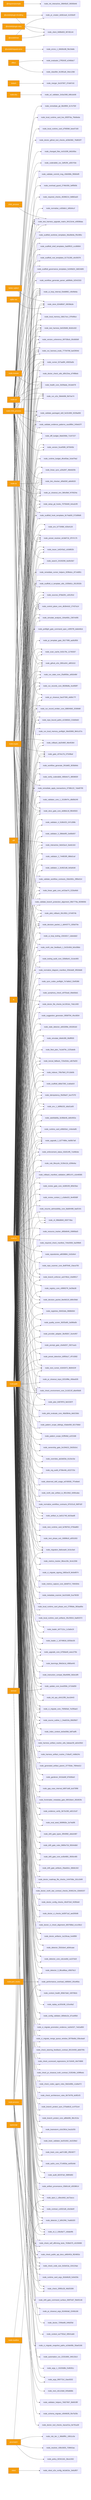
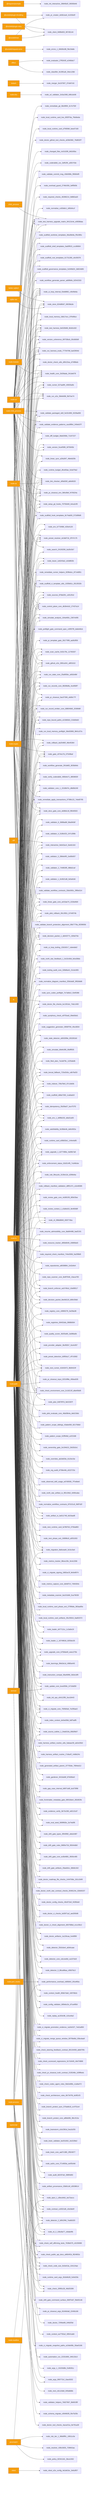
graph LR
  ext_inquirer_prompts_4d547149["@inquirer/prompts"] --> node_init_interactive_28845b2f_39350b46
  ext_octokit_plugin_retry_c9aecc53["@octokit/plugin-retry"] --> node_client_948fe603_907d5144
  ext_octokit_plugin_throttling_7909ece3["@octokit/plugin-throttling"] --> node_client_948fe603_907d5144
  ext_octokit_plugin_throttling_7909ece3["@octokit/plugin-throttling"] --> node_pr_creator_dc6b1ea4_4c333e0f
  ext_octokit_request_error_98ae13cc["@octokit/request-error"] --> node_errors_1_84b56c88_f9e19a8e
  ext_octokit_rest_c6e4d192["@octokit/rest"] --> node_client_948fe603_907d5144
  ext_octokit_rest_c6e4d192["@octokit/rest"] --> node_pr_creator_dc6b1ea4_4c333e0f
  ext_better_sqlite3_d7ed8f1a["better-sqlite3"] --> node_store_824d80d7_69038a3e
  ext_child_process_4845fa97["child_process"] --> node_test_harness_upgrade_matrix_84113c4e_e0838daa
  ext_diff_75a0ee1b["diff"] --> node_interactive_0eb42ac4_3ee6c3c6
  ext_effect_68d1dae1["effect"] --> node_classifier_fe1991a9_34ec128d
  ext_effect_68d1dae1["effect"] --> node_evaluator_27f6343f_e2466dc7
  ext_fs_3f4bb586["fs"] --> node_doctor_file_checks_bc1301dc_74dc1400
  ext_lodash_901466a5["lodash"] --> node_merger_3e167607_07e847e5
  ext_node_child_process_f62b7d19["node:child_process"] --> node_branch_enforcer_acb749cd_10e89517
  ext_node_child_process_f62b7d19["node:child_process"] --> node_changed_files_4c0102f6_bfd165bc
  ext_node_child_process_f62b7d19["node:child_process"] --> node_check_environment_core_2c16213f_a8a456d9
  ext_node_child_process_f62b7d19["node:child_process"] --> node_ci_migrate_core_7005b5af_7e295ae3
  ext_node_child_process_f62b7d19["node:child_process"] --> node_control_plane_core_db3b4cb2_27437a14
  ext_node_child_process_f62b7d19["node:child_process"] --> node_diff_budget_9da0268d_71167227
  ext_node_child_process_f62b7d19["node:child_process"] --> node_docs_gate_core_eb9b6c18_f8540503
  ext_node_child_process_f62b7d19["node:child_process"] --> node_doctor_check_utils_d0fc22ea_d74f86eb
  ext_node_child_process_f62b7d19["node:child_process"] --> node_doctor_github_tool_checks_a53b0382_76d832f7
  ext_node_child_process_f62b7d19["node:child_process"] --> node_github_e2e_2891a341_af6f1610
  ext_node_child_process_f62b7d19["node:child_process"] --> node_health_core_2b2fdada_341de678
  ext_node_child_process_f62b7d19["node:child_process"] --> node_linear_gate_core_a415ae74_222bd4b9
  ext_node_child_process_f62b7d19["node:child_process"] --> node_link_checker_d0fa555f_abfe9020
  ext_node_child_process_f62b7d19["node:child_process"] --> node_local_memory_0db17ecc_97fe98ce
  ext_node_child_process_f62b7d19["node:child_process"] --> node_local_runtime_card_d7fd59bf_beed7160
  ext_node_child_process_f62b7d19["node:child_process"] --> node_local_runtime_card_live_65f2f7da_7feb6eda
  ext_node_child_process_f62b7d19["node:child_process"] --> node_next_runner_41643472_9b94424f
  ext_node_child_process_f62b7d19["node:child_process"] --> node_pr_closeout_0ac07306_e8d9c77f
  ext_node_child_process_f62b7d19["node:child_process"] --> node_pr_closeout_env_9bfcd9ef_f476024a
  ext_node_child_process_f62b7d19["node:child_process"] --> node_remediate_git_58c6f6f4_3c7e755f
  ext_node_child_process_f62b7d19["node:child_process"] --> node_run_e2e_39efe696_fb07ee74
  ext_node_child_process_f62b7d19["node:child_process"] --> node_run_harness_evals_77704768_ba42904d
  ext_node_child_process_f62b7d19["node:child_process"] --> node_runner_527aa9f4_40925a5b
  ext_node_child_process_f62b7d19["node:child_process"] --> node_scaffold_hook_templates_8c74ab50_572d99d9
  ext_node_child_process_f62b7d19["node:child_process"] --> node_search_24193290_6a30c5b7
  ext_node_child_process_f62b7d19["node:child_process"] --> node_setup_git_hooks_70750d40_b4ca2cf9
  ext_node_child_process_f62b7d19["node:child_process"] --> node_test_harness_6e520b98_6b3d1d32
  ext_node_child_process_f62b7d19["node:child_process"] --> node_test_harness_upgrade_matrix_84113c4e_e0838daa
  ext_node_child_process_f62b7d19["node:child_process"] --> node_ui_loop_internal_f2eb8892_c4b49e6a
  ext_node_child_process_f62b7d19["node:child_process"] --> node_validate_commit_msg_43b008fe_f9560ef9
  ext_node_child_process_f62b7d19["node:child_process"] --> node_validate_evidence_patterns_cacd9fb4_240eb37f
  ext_node_child_process_f62b7d19["node:child_process"] --> node_validate_packaged_skill_5e32c890_9228ad58
  ext_node_child_process_f62b7d19["node:child_process"] --> node_version_coherence_69733bcb_00c8d5d9
  ext_node_crypto_c7dfc512["node:crypto"] --> node_artifact_io_ba511748_6d1faad8
  ext_node_crypto_c7dfc512["node:crypto"] --> node_check_environment_core_2c16213f_a8a456d9
  ext_node_crypto_c7dfc512["node:crypto"] --> node_ci_migrate_signing_2d82ac3f_9e5e8974
  ext_node_crypto_c7dfc512["node:crypto"] --> node_control_plane_core_db3b4cb2_27437a14
  ext_node_crypto_c7dfc512["node:crypto"] --> node_decision_packet_1_dd443771_92fa570e
  ext_node_crypto_c7dfc512["node:crypto"] --> node_decision_packet_8ee9d119_b89c59dd
  ext_node_crypto_c7dfc512["node:crypto"] --> node_docs_gate_core_eb9b6c18_f8540503
  ext_node_crypto_c7dfc512["node:crypto"] --> node_enforcement_status_92d314f5_7cd48cbe
  ext_node_crypto_c7dfc512["node:crypto"] --> node_env_b77349bf_420e4120
  ext_node_crypto_c7dfc512["node:crypto"] --> node_gate_c974e17b_07549baf
  ext_node_crypto_c7dfc512["node:crypto"] --> node_idempotency_f5d39a07_bce757f2
  ext_node_crypto_c7dfc512["node:crypto"] --> node_indexer_70fa78e5_97c1bb0b
  ext_node_crypto_c7dfc512["node:crypto"] --> node_lexical_fallback_723e2b3e_cdb7bd33
  ext_node_crypto_c7dfc512["node:crypto"] --> node_linear_sync_a2fa2bf7_48e6d20b
  ext_node_crypto_c7dfc512["node:crypto"] --> node_link_checker_d0fa555f_abfe9020
  ext_node_crypto_c7dfc512["node:crypto"] --> node_migration_8a6cead4_3c3cc0a4
  ext_node_crypto_c7dfc512["node:crypto"] --> node_normalise_cc83ddc1_b95d4ccf
  ext_node_crypto_c7dfc512["node:crypto"] --> node_normalize_diagram_manifest_259cbddf_3f92b8d6
  ext_node_crypto_c7dfc512["node:crypto"] --> node_north_star_feedback_1_9c32c60d_b0cd38dc
  ext_node_crypto_c7dfc512["node:crypto"] --> node_pilot_rollback_00c1f82c_b744974b
  ext_node_crypto_c7dfc512["node:crypto"] --> node_preset_resolver_dc3dd716_3f747c75
  ext_node_crypto_c7dfc512["node:crypto"] --> node_remediate_apply_transactions_0738b122_7ebd0795
  ext_node_crypto_c7dfc512["node:crypto"] --> node_required_checks_46396214_9d882ad3
  ext_node_crypto_c7dfc512["node:crypto"] --> node_rollback_da25480f_48e45364
  ext_node_crypto_c7dfc512["node:crypto"] --> node_run_record_emitter_core_688049d5_2036fd6f
  ext_node_crypto_c7dfc512["node:crypto"] --> node_run_records_core_89286dfa_4ce958f7
  ext_node_crypto_c7dfc512["node:crypto"] --> node_run_state_core_25a955bc_a562e9bf
  ext_node_crypto_c7dfc512["node:crypto"] --> node_scan_cache_fc02c79c_11793337
  ext_node_crypto_c7dfc512["node:crypto"] --> node_simulate_analysis_164a460c_2367e095
  ext_node_crypto_c7dfc512["node:crypto"] --> node_sources_878a52fc_cd312fcd
  ext_node_crypto_c7dfc512["node:crypto"] --> node_test_harness_upgrade_matrix_84113c4e_e0838daa
  ext_node_crypto_c7dfc512["node:crypto"] --> node_tracer_1e6243a2_cb3d802b
  ext_node_crypto_c7dfc512["node:crypto"] --> node_ui_loop_internal_f2eb8892_c4b49e6a
  ext_node_crypto_c7dfc512["node:crypto"] --> node_upgrade_1_b277486e_4a06b7a8
  ext_node_dns_828a0bbf["node:dns"] --> node_url_validator_3c5a1568_b9b1dc66
  ext_node_fs_a15b7d96["node:fs"] --> node_artifact_io_ba511748_6d1faad8
  ext_node_fs_a15b7d96["node:fs"] --> node_artifact_provenance_03b81cbf_d3038614
  ext_node_fs_a15b7d96["node:fs"] --> node_audit_b81f37a0_398f4d93
  ext_node_fs_a15b7d96["node:fs"] --> node_authz_core_f714650a_ee0f2e9d
  ext_node_fs_a15b7d96["node:fs"] --> node_brain_core_aa07c380_2f924977
  ext_node_fs_a15b7d96["node:fs"] --> node_brain_validator_be251832_2e2228e2
  ext_node_fs_a15b7d96["node:fs"] --> node_brainstorm_e2e2381d_fea1b255
  ext_node_fs_a15b7d96["node:fs"] --> node_branch_enforcer_acb749cd_10e89517
  ext_node_fs_a15b7d96["node:fs"] --> node_branch_protect_core_a8feb0fd_38c1f12a
  ext_node_fs_a15b7d96["node:fs"] --> node_branch_protect_sync_570adb18_cc4751e4
  ext_node_fs_a15b7d96["node:fs"] --> node_check_20f65c28_48d25399
  ext_node_fs_a15b7d96["node:fs"] --> node_check_architecture_rules_6b7347fd_dc8f2cf3
  ext_node_fs_a15b7d96["node:fs"] --> node_check_code_size_9c5efc3a_154124ae
  ext_node_fs_a15b7d96["node:fs"] --> node_check_codex_agent_roles_5bb2e89b_c1a9a472
  ext_node_fs_a15b7d96["node:fs"] --> node_check_environment_core_2c16213f_a8a456d9
  ext_node_fs_a15b7d96["node:fs"] --> node_check_pr_closeout_truth_contract_f135348c_b39f6edc
  ext_node_fs_a15b7d96["node:fs"] --> node_check_public_api_docs_a9604f1b_f824853c
  ext_node_fs_a15b7d96["node:fs"] --> node_check_scorecard_regressions_5c7c6445_4b474868
  ext_node_fs_a15b7d96["node:fs"] --> node_check_self_affirming_tests_7638e575_c6155698
  ext_node_fs_a15b7d96["node:fs"] --> node_check_steering_feedback_contract_80134459_abb076fc
  ext_node_fs_a15b7d96["node:fs"] --> node_ci_migrate_core_7005b5af_7e295ae3
  ext_node_fs_a15b7d96["node:fs"] --> node_ci_migrate_merge_queue_window_0070bd6d_03bcdaa9
  ext_node_fs_a15b7d96["node:fs"] --> node_ci_migrate_promotion_evidence_1a2dc527_7ed1a850
  ext_node_fs_a15b7d96["node:fs"] --> node_cli_2_10bc8a77_c6dab4fb
  ext_node_fs_a15b7d96["node:fs"] --> node_cli_99bb8840_659774ba
  ext_node_fs_a15b7d96["node:fs"] --> node_config_validator_669ebc2e_d7ca485d
  ext_node_fs_a15b7d96["node:fs"] --> node_context_health_80bb7da9_169768cb
  ext_node_fs_a15b7d96["node:fs"] --> node_contract_cc8321d6_c0e3de0f
  ext_node_fs_a15b7d96["node:fs"] --> node_control_plane_core_db3b4cb2_27437a14
  ext_node_fs_a15b7d96["node:fs"] --> node_decision_packet_1_dd443771_92fa570e
  ext_node_fs_a15b7d96["node:fs"] --> node_decision_packet_8ee9d119_b89c59dd
  ext_node_fs_a15b7d96["node:fs"] --> node_detector_2_b0fc2f46_7ea6b320
  ext_node_fs_a15b7d96["node:fs"] --> node_detector_3_86ca96aa_c95676c3
  ext_node_fs_a15b7d96["node:fs"] --> node_detector_core_cdccee8d_ca107dc8
  ext_node_fs_a15b7d96["node:fs"] --> node_detector_f2b3cbe4_a0d4caae
  ext_node_fs_a15b7d96["node:fs"] --> node_diff_budget_9da0268d_71167227
  ext_node_fs_a15b7d96["node:fs"] --> node_docs_gate_core_eb9b6c18_f8540503
  ext_node_fs_a15b7d96["node:fs"] --> node_doctor_artifacts_1a126caa_fcefdf99
  ext_node_fs_a15b7d96["node:fs"] --> node_doctor_check_utils_d0fc22ea_d74f86eb
  ext_node_fs_a15b7d96["node:fs"] --> node_doctor_ci_check_alignment_d50768bd_e1cc59c2
  ext_node_fs_a15b7d96["node:fs"] --> node_doctor_ci_checks_bd3971a2_aed260d6
  ext_node_fs_a15b7d96["node:fs"] --> node_doctor_config_checks_49c872e0_f42fb5e8
  ext_node_fs_a15b7d96["node:fs"] --> node_doctor_file_checks_bc1301dc_74dc1400
  ext_node_fs_a15b7d96["node:fs"] --> node_doctor_north_star_contract_checks_0048124c_02b00237
  ext_node_fs_a15b7d96["node:fs"] --> node_doctor_roadmap_file_checks_14447b8e_2d1c2d49
  ext_node_fs_a15b7d96["node:fs"] --> node_drift_gate_artifacts_29aeb0cc_86b9c342
  ext_node_fs_a15b7d96["node:fs"] --> node_drift_gate_core_ec6b4881_9500c485
  ext_node_fs_a15b7d96["node:fs"] --> node_drift_gate_rules_9685e72d_95044db0
  ext_node_fs_a15b7d96["node:fs"] --> node_drift_gate_types_3f045f82_a9a3c987
  ext_node_fs_a15b7d96["node:fs"] --> node_eject_1_d0ecd4d1_ba72accc
  ext_node_fs_a15b7d96["node:fs"] --> node_enforcement_status_92d314f5_7cd48cbe
  ext_node_fs_a15b7d96["node:fs"] --> node_env_1_b6f6b232_dda31a93
  ext_node_fs_a15b7d96["node:fs"] --> node_env_b77349bf_420e4120
  ext_node_fs_a15b7d96["node:fs"] --> node_eval_seed_5699fd3e_2a74a5f6
  ext_node_fs_a15b7d96["node:fs"] --> node_evidence_verify_3b73c290_e82131d7
  ext_node_fs_a15b7d96["node:fs"] --> node_fleet_plan_7a1dd79c_1225abdb
  ext_node_fs_a15b7d96["node:fs"] --> node_frontmatter_metadata_gate_6901bbe4_282d02fe
  ext_node_fs_a15b7d96["node:fs"] --> node_gap_case_internal_b9871ddf_dcd73f98
  ext_node_fs_a15b7d96["node:fs"] --> node_gardener_9416a9df_87b06be0
  ext_node_fs_a15b7d96["node:fs"] --> node_gate_c974e17b_07549baf
  ext_node_fs_a15b7d96["node:fs"] --> node_generated_artifact_parent_1f7755de_7894ed12
  ext_node_fs_a15b7d96["node:fs"] --> node_github_e2e_2891a341_af6f1610
  ext_node_fs_a15b7d96["node:fs"] --> node_harness_artifact_routine_17afacff_14dbb24c
  ext_node_fs_a15b7d96["node:fs"] --> node_harness_artifact_routine_utils_5abaac59_ab2e20b3
  ext_node_fs_a15b7d96["node:fs"] --> node_health_core_2b2fdada_341de678
  ext_node_fs_a15b7d96["node:fs"] --> node_idempotency_f5d39a07_bce757f2
  ext_node_fs_a15b7d96["node:fs"] --> node_index_context_de3ed39d_6df7adf5
  ext_node_fs_a15b7d96["node:fs"] --> node_indexer_70fa78e5_97c1bb0b
  ext_node_fs_a15b7d96["node:fs"] --> node_init_ops_e54123f9_3ce18443
  ext_node_fs_a15b7d96["node:fs"] --> node_instruction_compat_06a469fd_3b3e1df0
  ext_node_fs_a15b7d96["node:fs"] --> node_interactive_0eb42ac4_3ee6c3c6
  ext_node_fs_a15b7d96["node:fs"] --> node_learnings_9feb3e1d_4980a445
  ext_node_fs_a15b7d96["node:fs"] --> node_lexical_fallback_723e2b3e_cdb7bd33
  ext_node_fs_a15b7d96["node:fs"] --> node_linear_gate_core_a415ae74_222bd4b9
  ext_node_fs_a15b7d96["node:fs"] --> node_linear_sync_a2fa2bf7_48e6d20b
  ext_node_fs_a15b7d96["node:fs"] --> node_link_checker_d0fa555f_abfe9020
  ext_node_fs_a15b7d96["node:fs"] --> node_loader_1_16749818_9255dc35
  ext_node_fs_a15b7d96["node:fs"] --> node_loader_d47712cc_1c3a0e19
  ext_node_fs_a15b7d96["node:fs"] --> node_local_memory_0db17ecc_97fe98ce
  ext_node_fs_a15b7d96["node:fs"] --> node_local_runtime_card_artifacts_35c25816_0ad02372
  ext_node_fs_a15b7d96["node:fs"] --> node_local_runtime_card_phase_exit_275ffa9a_383aa95e
  ext_node_fs_a15b7d96["node:fs"] --> node_metadata_scanner_6a101b66_5ca79039
  ext_node_fs_a15b7d96["node:fs"] --> node_metrics_capture_core_db4bf7cf_7494304c
  ext_node_fs_a15b7d96["node:fs"] --> node_metrics_tracker_98cec29c_9c4c2266
  ext_node_fs_a15b7d96["node:fs"] --> node_migration_8a6cead4_3c3cc0a4
  ext_node_fs_a15b7d96["node:fs"] --> node_next_phase_exit_1fd996c9_a5f31003
  ext_node_fs_a15b7d96["node:fs"] --> node_next_runner_41643472_9b94424f
  ext_node_fs_a15b7d96["node:fs"] --> node_next_runtime_card_fa7867b3_0756a883
  ext_node_fs_a15b7d96["node:fs"] --> node_normalize_diagram_manifest_259cbddf_3f92b8d6
  ext_node_fs_a15b7d96["node:fs"] --> node_normalize_workflow_contracts_8701f1c8_0fdf7d2f
  ext_node_fs_a15b7d96["node:fs"] --> node_north_star_artifact_io_9f2c34b2_6490caba
  ext_node_fs_a15b7d96["node:fs"] --> node_north_star_feedback_1_9c32c60d_b0cd38dc
  ext_node_fs_a15b7d96["node:fs"] --> node_observed_skill_usage_ed7d5930_7f7edbe6
  ext_node_fs_a15b7d96["node:fs"] --> node_org_audit_d739e44b_e522723c
  ext_node_fs_a15b7d96["node:fs"] --> node_overrides_ab2dd33e_6115e15e
  ext_node_fs_a15b7d96["node:fs"] --> node_ownership_gate_2e194d13_2b02b2e1
  ext_node_fs_a15b7d96["node:fs"] --> node_pattern_scope_61ff946d_a1f21fd8
  ext_node_fs_a15b7d96["node:fs"] --> node_pattern_scope_siblings_43abe000_821756b0
  ext_node_fs_a15b7d96["node:fs"] --> node_pilot_evaluate_core_48a59b4a_deb218dc
  ext_node_fs_a15b7d96["node:fs"] --> node_pilot_rollback_00c1f82c_b744974b
  ext_node_fs_a15b7d96["node:fs"] --> node_plan_64879f7d_9e01597f
  ext_node_fs_a15b7d96["node:fs"] --> node_pr_closeout_0ac07306_e8d9c77f
  ext_node_fs_a15b7d96["node:fs"] --> node_pr_closeout_env_9bfcd9ef_f476024a
  ext_node_fs_a15b7d96["node:fs"] --> node_pr_closeout_input_02319f8e_456ea535
  ext_node_fs_a15b7d96["node:fs"] --> node_pr_template_gate_281778f9_aa0b3f59
  ext_node_fs_a15b7d96["node:fs"] --> node_preflight_gate_command_spec_c45f57f0_bdeb46cb
  ext_node_fs_a15b7d96["node:fs"] --> node_preset_detection_b0f00a17_4f7c5082
  ext_node_fs_a15b7d96["node:fs"] --> node_preset_resolver_dc3dd716_3f747c75
-   ext_node_fs_a15b7d96["node:fs"] --> node_prompt_gate_c5e9d207_2927cacb
  ext_node_fs_a15b7d96["node:fs"] --> node_provider_adapter_3bcf82b7_3ce4cf67
  ext_node_fs_a15b7d96["node:fs"] --> node_quality_scorer_362f2a90_2a086a0b
  ext_node_fs_a15b7d96["node:fs"] --> node_registries_06402afa_0868b564
  ext_node_fs_a15b7d96["node:fs"] --> node_registry_core_c9990279_3e2fda38
  ext_node_fs_a15b7d96["node:fs"] --> node_remediate_apply_transactions_0738b122_7ebd0795
  ext_node_fs_a15b7d96["node:fs"] --> node_remediate_runner_helpers_929fedcc_8714d951
  ext_node_fs_a15b7d96["node:fs"] --> node_repo_bound_paths_e218b5b3_216d0eb0
  ext_node_fs_a15b7d96["node:fs"] --> node_repo_scanner_core_8e9f7646_10aca705
  ext_node_fs_a15b7d96["node:fs"] --> node_repositories_a8038884_2c62efe4
  ext_node_fs_a15b7d96["node:fs"] --> node_required_check_manifest_744e3936_5a20f8d5
  ext_node_fs_a15b7d96["node:fs"] --> node_resource_tracker_d95b6649_20895bd3
  ext_node_fs_a15b7d96["node:fs"] --> node_resume_admissibility_core_8ab84488_faaf2191
  ext_node_fs_a15b7d96["node:fs"] --> node_review_context_1_e3afed15_9e46568f
  ext_node_fs_a15b7d96["node:fs"] --> node_review_gate_core_4c8001f9_809cf3ee
  ext_node_fs_a15b7d96["node:fs"] --> node_rollback_da25480f_48e45364
  ext_node_fs_a15b7d96["node:fs"] --> node_rollback_manifest_validation_d8f5147c_e2e46585
  ext_node_fs_a15b7d96["node:fs"] --> node_rule_lifecycle_3130e11b_d296efac
  ext_node_fs_a15b7d96["node:fs"] --> node_run_e2e_39efe696_fb07ee74
  ext_node_fs_a15b7d96["node:fs"] --> node_run_harness_evals_77704768_ba42904d
  ext_node_fs_a15b7d96["node:fs"] --> node_run_record_emitter_core_688049d5_2036fd6f
  ext_node_fs_a15b7d96["node:fs"] --> node_run_records_core_89286dfa_4ce958f7
  ext_node_fs_a15b7d96["node:fs"] --> node_run_state_core_25a955bc_a562e9bf
  ext_node_fs_a15b7d96["node:fs"] --> node_runner_527aa9f4_40925a5b
  ext_node_fs_a15b7d96["node:fs"] --> node_runtime_budget_dfce83ae_5cbd79a2
  ext_node_fs_a15b7d96["node:fs"] --> node_runtime_card_e06b53e1_144e4a95
  ext_node_fs_a15b7d96["node:fs"] --> node_satisfiability_6c08de4b_de8c902a
  ext_node_fs_a15b7d96["node:fs"] --> node_scaffold_ci_template_utils_1035b61c_0513532b
  ext_node_fs_a15b7d96["node:fs"] --> node_scaffold_db8a7260_1ca6adc9
  ext_node_fs_a15b7d96["node:fs"] --> node_scaffold_governance_templates_5c949d24_3d624d65
  ext_node_fs_a15b7d96["node:fs"] --> node_scaffold_hook_templates_8c74ab50_572d99d9
  ext_node_fs_a15b7d96["node:fs"] --> node_scaffold_root_templates_61731280_c6c59378
  ext_node_fs_a15b7d96["node:fs"] --> node_scaffold_shell_templates_0ad0f915_ccc86664
  ext_node_fs_a15b7d96["node:fs"] --> node_scaffold_worktree_templates_66a38e9a_ff3c085c
  ext_node_fs_a15b7d96["node:fs"] --> node_scan_cache_fc02c79c_11793337
  ext_node_fs_a15b7d96["node:fs"] --> node_setup_git_hooks_70750d40_b4ca2cf9
  ext_node_fs_a15b7d96["node:fs"] --> node_simulate_analysis_164a460c_2367e095
  ext_node_fs_a15b7d96["node:fs"] --> node_simulate_b9efe395_90dff935
  ext_node_fs_a15b7d96["node:fs"] --> node_source_outline_1_54a631fa_8582fb07
  ext_node_fs_a15b7d96["node:fs"] --> node_sources_878a52fc_cd312fcd
  ext_node_fs_a15b7d96["node:fs"] --> node_stale_detector_a563289e_653281b0
  ext_node_fs_a15b7d96["node:fs"] --> node_store_824d80d7_69038a3e
  ext_node_fs_a15b7d96["node:fs"] --> node_suggestion_generator_0956f794_4fce3834
  ext_node_fs_a15b7d96["node:fs"] --> node_symphony_check_e97f2ea0_09eb5bd1
  ext_node_fs_a15b7d96["node:fs"] --> node_sync_codex_preflight_7e7a8dc2_f2ef0386
  ext_node_fs_a15b7d96["node:fs"] --> node_test_harness_6e520b98_6b3d1d32
  ext_node_fs_a15b7d96["node:fs"] --> node_test_harness_upgrade_matrix_84113c4e_e0838daa
  ext_node_fs_a15b7d96["node:fs"] --> node_tooling_audit_core_328d6a41_01cbc905
  ext_node_fs_a15b7d96["node:fs"] --> node_tracer_1e6243a2_cb3d802b
  ext_node_fs_a15b7d96["node:fs"] --> node_ui_loop_internal_f2eb8892_c4b49e6a
  ext_node_fs_a15b7d96["node:fs"] --> node_ui_loop_tooling_12b2d2c7_1abedab2
  ext_node_fs_a15b7d96["node:fs"] --> node_update_core_bced358c_b710dd59
  ext_node_fs_a15b7d96["node:fs"] --> node_upgrade_1_b277486e_4a06b7a8
  ext_node_fs_a15b7d96["node:fs"] --> node_upgrade_core_b759da40_eeec275b
  ext_node_fs_a15b7d96["node:fs"] --> node_validate_branch_protection_alignment_09b7779a_6f299056
  ext_node_fs_a15b7d96["node:fs"] --> node_validate_commit_msg_43b008fe_f9560ef9
  ext_node_fs_a15b7d96["node:fs"] --> node_validate_evidence_patterns_cacd9fb4_240eb37f
  ext_node_fs_a15b7d96["node:fs"] --> node_validate_packaged_skill_5e32c890_9228ad58
  ext_node_fs_a15b7d96["node:fs"] --> node_validate_workflow_contracts_33dc063c_2f80e314
  ext_node_fs_a15b7d96["node:fs"] --> node_validator_1_0c0621d8_0e5afcb6
  ext_node_fs_a15b7d96["node:fs"] --> node_validator_2_744853f5_98bb2caf
  ext_node_fs_a15b7d96["node:fs"] --> node_validator_3_28b6e9f3_2ed5b007
  ext_node_fs_a15b7d96["node:fs"] --> node_validator_4_5180cf23_247c289b
+   ext_node_fs_a15b7d96["node:fs"] --> node_validator_6_3688adbf_8ba940df
  ext_node_fs_a15b7d96["node:fs"] --> node_validator_core_1_1518647e_d8d0b249
  ext_node_fs_a15b7d96["node:fs"] --> node_verify_coderabbit_490b4e71_8859655f
  ext_node_fs_a15b7d96["node:fs"] --> node_version_5ca4f385_fd75945b
  ext_node_fs_a15b7d96["node:fs"] --> node_version_coherence_69733bcb_00c8d5d9
  ext_node_fs_a15b7d96["node:fs"] --> node_workflow_generate_2fc0af62_803bbfeb
  ext_node_fs_a15b7d96["node:fs"] --> node_workflow_generate_parser_ad69fefe_62542333
  ext_node_module_ca1b42af["node:module"] --> node_health_core_2b2fdada_341de678
  ext_node_os_d93fe73a["node:os"] --> node_env_1_b6f6b232_dda31a93
  ext_node_os_d93fe73a["node:os"] --> node_github_e2e_2891a341_af6f1610
  ext_node_os_d93fe73a["node:os"] --> node_link_checker_d0fa555f_abfe9020
  ext_node_os_d93fe73a["node:os"] --> node_overload_guard_2748c559_3eff560b
  ext_node_os_d93fe73a["node:os"] --> node_performance_overload_c685bfcf_291ef65a
  ext_node_os_d93fe73a["node:os"] --> node_pr_closeout_env_9bfcd9ef_f476024a
  ext_node_os_d93fe73a["node:os"] --> node_runner_527aa9f4_40925a5b
  ext_node_os_d93fe73a["node:os"] --> node_test_harness_6e520b98_6b3d1d32
  ext_node_os_d93fe73a["node:os"] --> node_test_harness_upgrade_matrix_84113c4e_e0838daa
  ext_node_path_78811c13["node:path"] --> node_args_090772cf_1bac9202
  ext_node_path_78811c13["node:path"] --> node_args_1_15220d9b_f1d9281c
  ext_node_path_78811c13["node:path"] --> node_artifact_io_ba511748_6d1faad8
  ext_node_path_78811c13["node:path"] --> node_artifact_provenance_03b81cbf_d3038614
  ext_node_path_78811c13["node:path"] --> node_audit_b81f37a0_398f4d93
  ext_node_path_78811c13["node:path"] --> node_authz_core_f714650a_ee0f2e9d
  ext_node_path_78811c13["node:path"] --> node_automation_run_22331800_346133c3
  ext_node_path_78811c13["node:path"] --> node_brain_core_aa07c380_2f924977
  ext_node_path_78811c13["node:path"] --> node_brain_validator_be251832_2e2228e2
  ext_node_path_78811c13["node:path"] --> node_brainstorm_e2e2381d_fea1b255
  ext_node_path_78811c13["node:path"] --> node_branch_enforcer_acb749cd_10e89517
  ext_node_path_78811c13["node:path"] --> node_branch_protect_core_a8feb0fd_38c1f12a
  ext_node_path_78811c13["node:path"] --> node_branch_protect_sync_570adb18_cc4751e4
  ext_node_path_78811c13["node:path"] --> node_check_20f65c28_48d25399
  ext_node_path_78811c13["node:path"] --> node_check_architecture_rules_6b7347fd_dc8f2cf3
  ext_node_path_78811c13["node:path"] --> node_check_code_size_9c5efc3a_154124ae
  ext_node_path_78811c13["node:path"] --> node_check_codex_agent_roles_5bb2e89b_c1a9a472
  ext_node_path_78811c13["node:path"] --> node_check_environment_core_2c16213f_a8a456d9
  ext_node_path_78811c13["node:path"] --> node_check_pr_closeout_truth_contract_f135348c_b39f6edc
  ext_node_path_78811c13["node:path"] --> node_check_public_api_docs_a9604f1b_f824853c
  ext_node_path_78811c13["node:path"] --> node_check_scorecard_regressions_5c7c6445_4b474868
  ext_node_path_78811c13["node:path"] --> node_check_self_affirming_tests_7638e575_c6155698
  ext_node_path_78811c13["node:path"] --> node_check_steering_feedback_contract_80134459_abb076fc
  ext_node_path_78811c13["node:path"] --> node_ci_migrate_core_7005b5af_7e295ae3
  ext_node_path_78811c13["node:path"] --> node_ci_migrate_merge_queue_window_0070bd6d_03bcdaa9
  ext_node_path_78811c13["node:path"] --> node_ci_migrate_promotion_evidence_1a2dc527_7ed1a850
  ext_node_path_78811c13["node:path"] --> node_ci_migrate_snapshot_paths_a10de06b_30ae5166
  ext_node_path_78811c13["node:path"] --> node_cli_2_10bc8a77_c6dab4fb
  ext_node_path_78811c13["node:path"] --> node_cli_99bb8840_659774ba
  ext_node_path_78811c13["node:path"] --> node_config_validator_669ebc2e_d7ca485d
  ext_node_path_78811c13["node:path"] --> node_context_ea7792a2_08541ab6
  ext_node_path_78811c13["node:path"] --> node_context_health_80bb7da9_169768cb
  ext_node_path_78811c13["node:path"] --> node_contract_cc8321d6_c0e3de0f
  ext_node_path_78811c13["node:path"] --> node_control_plane_core_db3b4cb2_27437a14
  ext_node_path_78811c13["node:path"] --> node_decision_packet_1_dd443771_92fa570e
  ext_node_path_78811c13["node:path"] --> node_decision_packet_8ee9d119_b89c59dd
  ext_node_path_78811c13["node:path"] --> node_detector_2_b0fc2f46_7ea6b320
  ext_node_path_78811c13["node:path"] --> node_detector_3_86ca96aa_c95676c3
  ext_node_path_78811c13["node:path"] --> node_detector_core_cdccee8d_ca107dc8
  ext_node_path_78811c13["node:path"] --> node_detector_f2b3cbe4_a0d4caae
  ext_node_path_78811c13["node:path"] --> node_docs_gate_core_eb9b6c18_f8540503
  ext_node_path_78811c13["node:path"] --> node_doctor_72f4be89_04fd2f3d
  ext_node_path_78811c13["node:path"] --> node_doctor_artifacts_1a126caa_fcefdf99
  ext_node_path_78811c13["node:path"] --> node_doctor_ci_check_alignment_d50768bd_e1cc59c2
  ext_node_path_78811c13["node:path"] --> node_doctor_ci_checks_bd3971a2_aed260d6
  ext_node_path_78811c13["node:path"] --> node_doctor_config_checks_49c872e0_f42fb5e8
  ext_node_path_78811c13["node:path"] --> node_doctor_file_checks_bc1301dc_74dc1400
  ext_node_path_78811c13["node:path"] --> node_doctor_north_star_contract_checks_0048124c_02b00237
  ext_node_path_78811c13["node:path"] --> node_doctor_roadmap_file_checks_14447b8e_2d1c2d49
  ext_node_path_78811c13["node:path"] --> node_drift_gate_artifacts_29aeb0cc_86b9c342
  ext_node_path_78811c13["node:path"] --> node_drift_gate_command_surface_060f7e67_f8e83146
  ext_node_path_78811c13["node:path"] --> node_drift_gate_core_ec6b4881_9500c485
  ext_node_path_78811c13["node:path"] --> node_drift_gate_rules_9685e72d_95044db0
  ext_node_path_78811c13["node:path"] --> node_drift_gate_types_3f045f82_a9a3c987
  ext_node_path_78811c13["node:path"] --> node_eject_1_d0ecd4d1_ba72accc
  ext_node_path_78811c13["node:path"] --> node_enforcement_status_92d314f5_7cd48cbe
  ext_node_path_78811c13["node:path"] --> node_env_1_b6f6b232_dda31a93
  ext_node_path_78811c13["node:path"] --> node_eval_seed_5699fd3e_2a74a5f6
  ext_node_path_78811c13["node:path"] --> node_evidence_verify_3b73c290_e82131d7
  ext_node_path_78811c13["node:path"] --> node_frontmatter_metadata_gate_6901bbe4_282d02fe
  ext_node_path_78811c13["node:path"] --> node_gap_case_internal_b9871ddf_dcd73f98
  ext_node_path_78811c13["node:path"] --> node_gardener_9416a9df_87b06be0
  ext_node_path_78811c13["node:path"] --> node_gate_c974e17b_07549baf
  ext_node_path_78811c13["node:path"] --> node_generated_artifact_parent_1f7755de_7894ed12
  ext_node_path_78811c13["node:path"] --> node_github_e2e_2891a341_af6f1610
  ext_node_path_78811c13["node:path"] --> node_harness_artifact_routine_17afacff_14dbb24c
  ext_node_path_78811c13["node:path"] --> node_harness_artifact_routine_utils_5abaac59_ab2e20b3
  ext_node_path_78811c13["node:path"] --> node_health_core_2b2fdada_341de678
  ext_node_path_78811c13["node:path"] --> node_idempotency_f5d39a07_bce757f2
  ext_node_path_78811c13["node:path"] --> node_index_context_de3ed39d_6df7adf5
  ext_node_path_78811c13["node:path"] --> node_indexer_70fa78e5_97c1bb0b
  ext_node_path_78811c13["node:path"] --> node_init_ops_e54123f9_3ce18443
  ext_node_path_78811c13["node:path"] --> node_instruction_compat_06a469fd_3b3e1df0
  ext_node_path_78811c13["node:path"] --> node_interactive_0eb42ac4_3ee6c3c6
  ext_node_path_78811c13["node:path"] --> node_learnings_9feb3e1d_4980a445
  ext_node_path_78811c13["node:path"] --> node_lexical_fallback_723e2b3e_cdb7bd33
  ext_node_path_78811c13["node:path"] --> node_linear_gate_core_a415ae74_222bd4b9
  ext_node_path_78811c13["node:path"] --> node_link_checker_d0fa555f_abfe9020
  ext_node_path_78811c13["node:path"] --> node_loader_1_16749818_9255dc35
  ext_node_path_78811c13["node:path"] --> node_loader_d47712cc_1c3a0e19
  ext_node_path_78811c13["node:path"] --> node_local_runtime_card_artifacts_35c25816_0ad02372
  ext_node_path_78811c13["node:path"] --> node_local_runtime_card_phase_exit_275ffa9a_383aa95e
  ext_node_path_78811c13["node:path"] --> node_metadata_scanner_6a101b66_5ca79039
  ext_node_path_78811c13["node:path"] --> node_metrics_capture_core_db4bf7cf_7494304c
  ext_node_path_78811c13["node:path"] --> node_metrics_tracker_98cec29c_9c4c2266
  ext_node_path_78811c13["node:path"] --> node_migration_8a6cead4_3c3cc0a4
  ext_node_path_78811c13["node:path"] --> node_next_phase_exit_1fd996c9_a5f31003
  ext_node_path_78811c13["node:path"] --> node_next_runner_41643472_9b94424f
  ext_node_path_78811c13["node:path"] --> node_next_runtime_card_fa7867b3_0756a883
  ext_node_path_78811c13["node:path"] --> node_normalize_diagram_manifest_259cbddf_3f92b8d6
  ext_node_path_78811c13["node:path"] --> node_normalize_workflow_contracts_8701f1c8_0fdf7d2f
  ext_node_path_78811c13["node:path"] --> node_north_star_artifact_io_9f2c34b2_6490caba
  ext_node_path_78811c13["node:path"] --> node_north_star_feedback_1_9c32c60d_b0cd38dc
  ext_node_path_78811c13["node:path"] --> node_observed_skill_usage_ed7d5930_7f7edbe6
  ext_node_path_78811c13["node:path"] --> node_org_audit_d739e44b_e522723c
  ext_node_path_78811c13["node:path"] --> node_overrides_ab2dd33e_6115e15e
  ext_node_path_78811c13["node:path"] --> node_ownership_gate_2e194d13_2b02b2e1
  ext_node_path_78811c13["node:path"] --> node_pattern_scope_61ff946d_a1f21fd8
  ext_node_path_78811c13["node:path"] --> node_pattern_scope_siblings_43abe000_821756b0
  ext_node_path_78811c13["node:path"] --> node_pilot_evaluate_core_48a59b4a_deb218dc
  ext_node_path_78811c13["node:path"] --> node_pilot_rollback_00c1f82c_b744974b
  ext_node_path_78811c13["node:path"] --> node_plan_64879f7d_9e01597f
  ext_node_path_78811c13["node:path"] --> node_pr_closeout_0ac07306_e8d9c77f
  ext_node_path_78811c13["node:path"] --> node_pr_closeout_args_8164b0a8_2240b166
  ext_node_path_78811c13["node:path"] --> node_pr_closeout_env_9bfcd9ef_f476024a
  ext_node_path_78811c13["node:path"] --> node_pr_closeout_input_02319f8e_456ea535
  ext_node_path_78811c13["node:path"] --> node_preset_detection_b0f00a17_4f7c5082
  ext_node_path_78811c13["node:path"] --> node_preset_resolver_dc3dd716_3f747c75
-   ext_node_path_78811c13["node:path"] --> node_prompt_gate_c5e9d207_2927cacb
  ext_node_path_78811c13["node:path"] --> node_provider_adapter_3bcf82b7_3ce4cf67
  ext_node_path_78811c13["node:path"] --> node_quality_scorer_362f2a90_2a086a0b
  ext_node_path_78811c13["node:path"] --> node_registries_06402afa_0868b564
  ext_node_path_78811c13["node:path"] --> node_registry_core_c9990279_3e2fda38
  ext_node_path_78811c13["node:path"] --> node_remediate_apply_transactions_0738b122_7ebd0795
  ext_node_path_78811c13["node:path"] --> node_replay_ac203c98_115ce9a2
  ext_node_path_78811c13["node:path"] --> node_repo_bound_paths_e218b5b3_216d0eb0
  ext_node_path_78811c13["node:path"] --> node_repo_scanner_core_8e9f7646_10aca705
  ext_node_path_78811c13["node:path"] --> node_repositories_a8038884_2c62efe4
  ext_node_path_78811c13["node:path"] --> node_required_check_manifest_744e3936_5a20f8d5
  ext_node_path_78811c13["node:path"] --> node_resource_tracker_d95b6649_20895bd3
  ext_node_path_78811c13["node:path"] --> node_resume_admissibility_core_8ab84488_faaf2191
  ext_node_path_78811c13["node:path"] --> node_review_context_1_e3afed15_9e46568f
  ext_node_path_78811c13["node:path"] --> node_review_gate_core_4c8001f9_809cf3ee
  ext_node_path_78811c13["node:path"] --> node_rollback_da25480f_48e45364
  ext_node_path_78811c13["node:path"] --> node_rollback_manifest_validation_d8f5147c_e2e46585
  ext_node_path_78811c13["node:path"] --> node_rule_lifecycle_3130e11b_d296efac
  ext_node_path_78811c13["node:path"] --> node_run_e2e_39efe696_fb07ee74
  ext_node_path_78811c13["node:path"] --> node_run_harness_evals_77704768_ba42904d
  ext_node_path_78811c13["node:path"] --> node_run_local_memory_preflight_36e92808_9841c57a
  ext_node_path_78811c13["node:path"] --> node_run_record_emitter_core_688049d5_2036fd6f
  ext_node_path_78811c13["node:path"] --> node_run_records_core_89286dfa_4ce958f7
  ext_node_path_78811c13["node:path"] --> node_run_state_core_25a955bc_a562e9bf
  ext_node_path_78811c13["node:path"] --> node_runner_527aa9f4_40925a5b
  ext_node_path_78811c13["node:path"] --> node_runtime_card_args_2b3d4b28_5cfe029c
  ext_node_path_78811c13["node:path"] --> node_runtime_card_e06b53e1_144e4a95
  ext_node_path_78811c13["node:path"] --> node_satisfiability_6c08de4b_de8c902a
  ext_node_path_78811c13["node:path"] --> node_scaffold_ci_template_utils_1035b61c_0513532b
  ext_node_path_78811c13["node:path"] --> node_scaffold_db8a7260_1ca6adc9
  ext_node_path_78811c13["node:path"] --> node_scaffold_hook_templates_8c74ab50_572d99d9
  ext_node_path_78811c13["node:path"] --> node_scan_cache_fc02c79c_11793337
  ext_node_path_78811c13["node:path"] --> node_search_24193290_6a30c5b7
  ext_node_path_78811c13["node:path"] --> node_setup_git_hooks_70750d40_b4ca2cf9
  ext_node_path_78811c13["node:path"] --> node_simulate_analysis_164a460c_2367e095
  ext_node_path_78811c13["node:path"] --> node_simulate_b9efe395_90dff935
  ext_node_path_78811c13["node:path"] --> node_source_outline_1_54a631fa_8582fb07
  ext_node_path_78811c13["node:path"] --> node_sources_878a52fc_cd312fcd
  ext_node_path_78811c13["node:path"] --> node_stale_detector_a563289e_653281b0
  ext_node_path_78811c13["node:path"] --> node_store_824d80d7_69038a3e
  ext_node_path_78811c13["node:path"] --> node_suggestion_generator_0956f794_4fce3834
  ext_node_path_78811c13["node:path"] --> node_symphony_check_e97f2ea0_09eb5bd1
  ext_node_path_78811c13["node:path"] --> node_sync_codex_preflight_7e7a8dc2_f2ef0386
  ext_node_path_78811c13["node:path"] --> node_test_harness_6e520b98_6b3d1d32
  ext_node_path_78811c13["node:path"] --> node_test_harness_upgrade_matrix_84113c4e_e0838daa
  ext_node_path_78811c13["node:path"] --> node_tooling_audit_core_328d6a41_01cbc905
  ext_node_path_78811c13["node:path"] --> node_tracer_1e6243a2_cb3d802b
  ext_node_path_78811c13["node:path"] --> node_ui_loop_internal_f2eb8892_c4b49e6a
  ext_node_path_78811c13["node:path"] --> node_ui_loop_tooling_12b2d2c7_1abedab2
  ext_node_path_78811c13["node:path"] --> node_update_core_bced358c_b710dd59
  ext_node_path_78811c13["node:path"] --> node_upgrade_1_b277486e_4a06b7a8
  ext_node_path_78811c13["node:path"] --> node_upgrade_core_b759da40_eeec275b
  ext_node_path_78811c13["node:path"] --> node_validate_branch_protection_alignment_09b7779a_6f299056
  ext_node_path_78811c13["node:path"] --> node_validate_evidence_patterns_cacd9fb4_240eb37f
  ext_node_path_78811c13["node:path"] --> node_validate_packaged_skill_5e32c890_9228ad58
  ext_node_path_78811c13["node:path"] --> node_validate_workflow_contracts_33dc063c_2f80e314
  ext_node_path_78811c13["node:path"] --> node_validator_1_0c0621d8_0e5afcb6
  ext_node_path_78811c13["node:path"] --> node_validator_2_744853f5_98bb2caf
  ext_node_path_78811c13["node:path"] --> node_validator_3_28b6e9f3_2ed5b007
  ext_node_path_78811c13["node:path"] --> node_validator_4_5180cf23_247c289b
+   ext_node_path_78811c13["node:path"] --> node_validator_6_3688adbf_8ba940df
  ext_node_path_78811c13["node:path"] --> node_validator_core_1_1518647e_d8d0b249
  ext_node_path_78811c13["node:path"] --> node_verify_coderabbit_490b4e71_8859655f
  ext_node_path_78811c13["node:path"] --> node_version_5ca4f385_fd75945b
  ext_node_path_78811c13["node:path"] --> node_version_coherence_69733bcb_00c8d5d9
  ext_node_path_78811c13["node:path"] --> node_workflow_generate_2fc0af62_803bbfeb
  ext_node_perf_hooks_906292ff["node:perf_hooks"] --> node_performance_overload_c685bfcf_291ef65a
  ext_node_process_00cdf119["node:process"] --> node_args_090772cf_1bac9202
  ext_node_process_00cdf119["node:process"] --> node_check_20f65c28_48d25399
  ext_node_process_00cdf119["node:process"] --> node_ci_migrate_core_7005b5af_7e295ae3
  ext_node_process_00cdf119["node:process"] --> node_ci_migrate_signing_2d82ac3f_9e5e8974
  ext_node_process_00cdf119["node:process"] --> node_cli_2_10bc8a77_c6dab4fb
  ext_node_process_00cdf119["node:process"] --> node_contract_cc8321d6_c0e3de0f
  ext_node_process_00cdf119["node:process"] --> node_next_c6c1c9a9_040a8dbb
  ext_node_process_00cdf119["node:process"] --> node_next_runner_41643472_9b94424f
  ext_node_process_00cdf119["node:process"] --> node_performance_overload_c685bfcf_291ef65a
  ext_node_process_00cdf119["node:process"] --> node_pr_closeout_args_8164b0a8_2240b166
  ext_node_process_00cdf119["node:process"] --> node_runtime_card_args_2b3d4b28_5cfe029c
  ext_node_process_00cdf119["node:process"] --> node_upgrade_core_b759da40_eeec275b
  ext_node_readline_bb6096cc["node:readline"] --> node_eject_1_d0ecd4d1_ba72accc
  ext_node_url_d0cb3ad7["node:url"] --> node_cli_99bb8840_659774ba
  ext_node_url_d0cb3ad7["node:url"] --> node_coderabbit_csv_3ef61ffc_af2b743e
  ext_node_url_d0cb3ad7["node:url"] --> node_control_plane_core_db3b4cb2_27437a14
  ext_node_url_d0cb3ad7["node:url"] --> node_decision_packet_1_dd443771_92fa570e
  ext_node_url_d0cb3ad7["node:url"] --> node_gate_c974e17b_07549baf
  ext_node_url_d0cb3ad7["node:url"] --> node_health_core_2b2fdada_341de678
  ext_node_url_d0cb3ad7["node:url"] --> node_preset_resolver_dc3dd716_3f747c75
  ext_node_url_d0cb3ad7["node:url"] --> node_repo_bound_paths_e218b5b3_216d0eb0
  ext_node_url_d0cb3ad7["node:url"] --> node_run_e2e_39efe696_fb07ee74
  ext_node_url_d0cb3ad7["node:url"] --> node_run_harness_evals_77704768_ba42904d
  ext_node_url_d0cb3ad7["node:url"] --> node_run_local_memory_preflight_36e92808_9841c57a
  ext_node_url_d0cb3ad7["node:url"] --> node_scaffold_ci_template_utils_1035b61c_0513532b
  ext_node_url_d0cb3ad7["node:url"] --> node_scaffold_governance_templates_5c949d24_3d624d65
  ext_node_url_d0cb3ad7["node:url"] --> node_scaffold_root_templates_61731280_c6c59378
  ext_node_url_d0cb3ad7["node:url"] --> node_scaffold_shell_templates_0ad0f915_ccc86664
  ext_node_url_d0cb3ad7["node:url"] --> node_scaffold_worktree_templates_66a38e9a_ff3c085c
  ext_node_url_d0cb3ad7["node:url"] --> node_test_harness_upgrade_matrix_84113c4e_e0838daa
  ext_node_url_d0cb3ad7["node:url"] --> node_ui_loop_internal_f2eb8892_c4b49e6a
  ext_node_url_d0cb3ad7["node:url"] --> node_version_5ca4f385_fd75945b
  ext_picomatch_2ebdbf14["picomatch"] --> node_detector_2_b0fc2f46_7ea6b320
  ext_picomatch_2ebdbf14["picomatch"] --> node_policy_823412d1_3bce1002
  ext_picomatch_2ebdbf14["picomatch"] --> node_resolver_439c3635_729842aa
  ext_picomatch_2ebdbf14["picomatch"] --> node_risk_tier_1_96b6ff91_19911c0e
  ext_semver_b4039641["semver"] --> node_check_environment_core_2c16213f_a8a456d9
  ext_semver_b4039641["semver"] --> node_doctor_tool_checks_4acac51a_9e791a28
  ext_semver_b4039641["semver"] --> node_migration_8a6cead4_3c3cc0a4
  ext_semver_b4039641["semver"] --> node_schema_migrate_c0646635_f0e7b25b
  ext_semver_b4039641["semver"] --> node_update_core_bced358c_b710dd59
  ext_semver_b4039641["semver"] --> node_upgrade_1_b277486e_4a06b7a8
  ext_semver_b4039641["semver"] --> node_validator_helpers_7b927667_8b691f8f
  ext_sqlite_vec_bae73cf2["sqlite-vec"] --> node_store_824d80d7_69038a3e
  ext_typescript_fb9da861["typescript"] --> node_check_code_size_9c5efc3a_154124ae
  ext_typescript_fb9da861["typescript"] --> node_check_public_api_docs_a9604f1b_f824853c
  ext_typescript_fb9da861["typescript"] --> node_check_self_affirming_tests_7638e575_c6155698
  ext_typescript_fb9da861["typescript"] --> node_source_outline_1_54a631fa_8582fb07
  ext_vitest_4c9cfa13["vitest"] --> node_vitest_e2e_config_4e2a61bc_3efa3f07
  style ext_better_sqlite3_d7ed8f1a fill:#f59e0b,color:#fff
  style ext_child_process_4845fa97 fill:#f59e0b,color:#fff
  style ext_diff_75a0ee1b fill:#f59e0b,color:#fff
  style ext_effect_68d1dae1 fill:#f59e0b,color:#fff
  style ext_fs_3f4bb586 fill:#f59e0b,color:#fff
  style ext_inquirer_prompts_4d547149 fill:#f59e0b,color:#fff
  style ext_lodash_901466a5 fill:#f59e0b,color:#fff
  style ext_node_child_process_f62b7d19 fill:#f59e0b,color:#fff
  style ext_node_crypto_c7dfc512 fill:#f59e0b,color:#fff
  style ext_node_dns_828a0bbf fill:#f59e0b,color:#fff
  style ext_node_fs_a15b7d96 fill:#f59e0b,color:#fff
  style ext_node_module_ca1b42af fill:#f59e0b,color:#fff
  style ext_node_os_d93fe73a fill:#f59e0b,color:#fff
  style ext_node_path_78811c13 fill:#f59e0b,color:#fff
  style ext_node_perf_hooks_906292ff fill:#f59e0b,color:#fff
  style ext_node_process_00cdf119 fill:#f59e0b,color:#fff
  style ext_node_readline_bb6096cc fill:#f59e0b,color:#fff
  style ext_node_url_d0cb3ad7 fill:#f59e0b,color:#fff
  style ext_octokit_plugin_retry_c9aecc53 fill:#f59e0b,color:#fff
  style ext_octokit_plugin_throttling_7909ece3 fill:#f59e0b,color:#fff
  style ext_octokit_request_error_98ae13cc fill:#f59e0b,color:#fff
  style ext_octokit_rest_c6e4d192 fill:#f59e0b,color:#fff
  style ext_picomatch_2ebdbf14 fill:#f59e0b,color:#fff
  style ext_semver_b4039641 fill:#f59e0b,color:#fff
  style ext_sqlite_vec_bae73cf2 fill:#f59e0b,color:#fff
  style ext_typescript_fb9da861 fill:#f59e0b,color:#fff
  style ext_vitest_4c9cfa13 fill:#f59e0b,color:#fff
